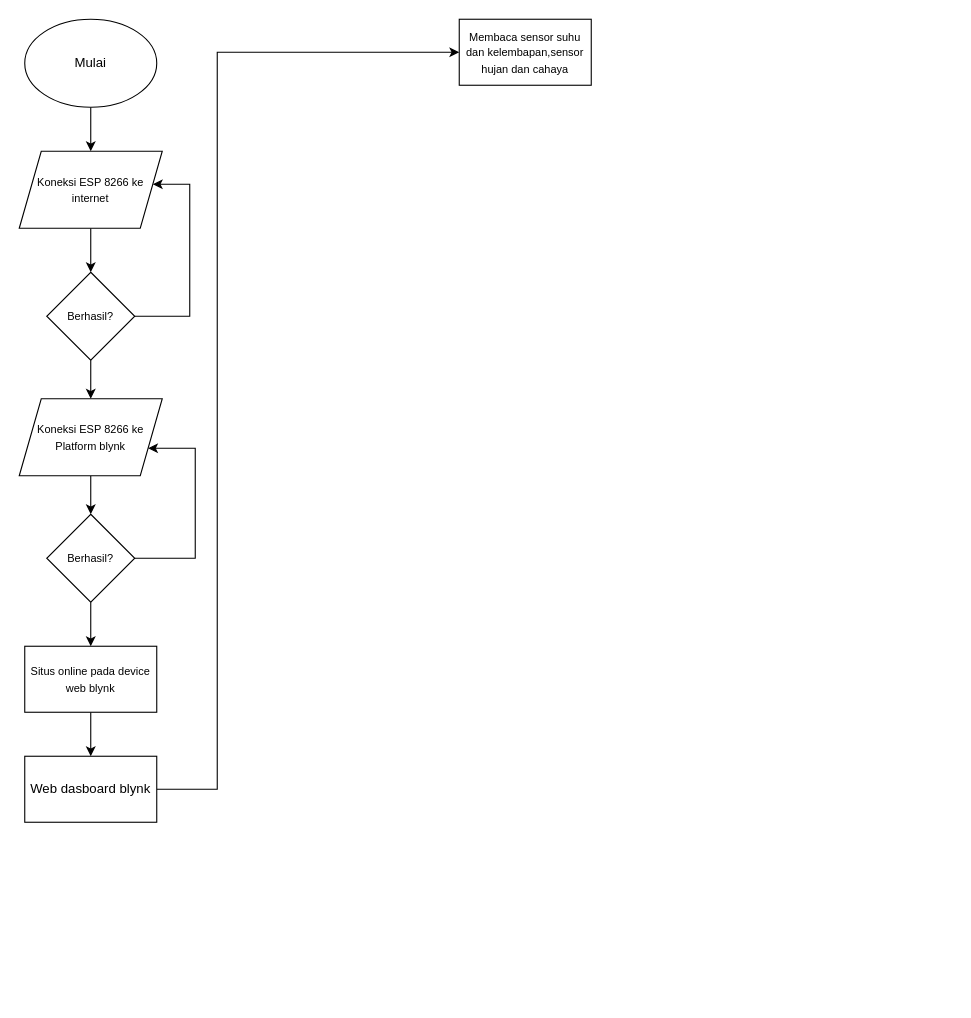
Before: Untitled Diagram.drawio in briannugroho/technical-project-Assignment-1, a draw.io diagram. Source tidied: cells renumbered, new cells numbered last; positions are measured from the earlier drawing's top-left corner, leaving out a move shared by most shapes. Both pictures are drawn from the tidied source at 110%, with x=0, y=0 at pixel (19, 19).
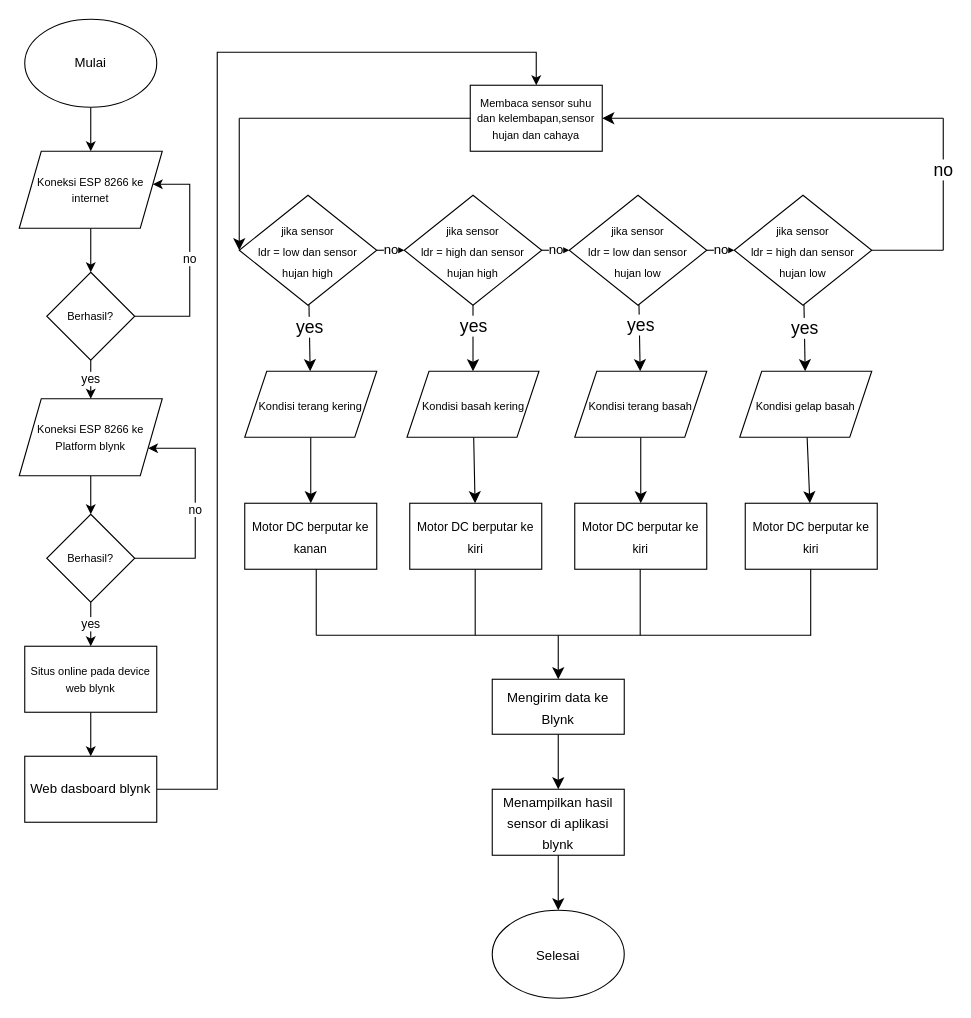
After the change.

The change refers to these unchanged cells:
```xml
<mxCell id="5" value="&lt;font style=&quot;font-size: 10px;&quot;&gt;Koneksi ESP 8266 ke internet&lt;/font&gt;" style="shape=parallelogram;perimeter=parallelogramPerimeter;whiteSpace=wrap;html=1;fixedSize=1;" parent="1" vertex="1">
  <mxGeometry y="120" width="130" height="70" as="geometry" />
</mxCell>
<mxCell id="8" value="&lt;font style=&quot;font-size: 10px;&quot;&gt;Berhasil?&lt;/font&gt;" style="rhombus;whiteSpace=wrap;html=1;" parent="1" vertex="1">
  <mxGeometry x="25" y="230" width="80" height="80" as="geometry" />
</mxCell>
<mxCell id="10" value="&lt;font style=&quot;font-size: 10px;&quot;&gt;Koneksi ESP 8266 ke Platform blynk&lt;/font&gt;" style="shape=parallelogram;perimeter=parallelogramPerimeter;whiteSpace=wrap;html=1;fixedSize=1;" parent="1" vertex="1">
  <mxGeometry y="345" width="130" height="70" as="geometry" />
</mxCell>
<mxCell id="13" value="&lt;font style=&quot;font-size: 10px;&quot;&gt;Berhasil?&lt;/font&gt;" style="rhombus;whiteSpace=wrap;html=1;" parent="1" vertex="1">
  <mxGeometry x="25" y="450" width="80" height="80" as="geometry" />
</mxCell>
<mxCell id="15" value="&lt;font style=&quot;font-size: 10px;&quot;&gt;Situs online pada device web blynk&lt;/font&gt;" style="whiteSpace=wrap;html=1;" parent="1" vertex="1">
  <mxGeometry x="5" y="570" width="120" height="60" as="geometry" />
</mxCell>
<mxCell id="17" value="Web dasboard blynk" style="whiteSpace=wrap;html=1;" parent="1" vertex="1">
  <mxGeometry x="5" y="670" width="120" height="60" as="geometry" />
</mxCell>
```

Change to the diagram source:
```diff
@@
-    <mxCell id="6" style="edgeStyle=orthogonalEdgeStyle;rounded=0;jettySize=auto;html=1;" parent="1" edge="1" source="8" target="5">
+    <mxCell id="6" value="no" style="edgeStyle=orthogonalEdgeStyle;rounded=0;jettySize=auto;html=1;" parent="1" edge="1" source="8" target="5">
       <mxGeometry relative="1" as="geometry">
         <Array as="points">
           <mxPoint x="155" y="270" />
           <mxPoint x="155" y="150" />
         </Array>
       </mxGeometry>
     </mxCell>
-    <mxCell id="7" style="edgeStyle=orthogonalEdgeStyle;rounded=0;jettySize=auto;html=1;" parent="1" edge="1" source="8" target="10">
+    <mxCell id="7" value="yes" style="edgeStyle=orthogonalEdgeStyle;rounded=0;jettySize=auto;html=1;" parent="1" edge="1" source="8" target="10">
       <mxGeometry relative="1" as="geometry" />
     </mxCell>
@@
-    <mxCell id="11" style="edgeStyle=orthogonalEdgeStyle;rounded=0;jettySize=auto;html=1;" parent="1" edge="1" source="13" target="10">
+    <mxCell id="11" value="no" style="edgeStyle=orthogonalEdgeStyle;rounded=0;jettySize=auto;html=1;" parent="1" edge="1" source="13" target="10">
       <mxGeometry relative="1" as="geometry">
         <Array as="points">
           <mxPoint x="160" y="490" />
           <mxPoint x="160" y="390" />
         </Array>
       </mxGeometry>
     </mxCell>
-    <mxCell id="12" style="edgeStyle=orthogonalEdgeStyle;rounded=0;jettySize=auto;html=1;" parent="1" edge="1" source="13" target="15">
+    <mxCell id="12" value="yes" style="edgeStyle=orthogonalEdgeStyle;rounded=0;jettySize=auto;html=1;" parent="1" edge="1" source="13" target="15">
       <mxGeometry relative="1" as="geometry" />
     </mxCell>
@@
-    <mxCell id="16" style="edgeStyle=orthogonalEdgeStyle;rounded=0;jettySize=auto;html=1;" parent="1" edge="1" source="17">
+    <mxCell id="16" style="edgeStyle=orthogonalEdgeStyle;rounded=0;jettySize=auto;html=1;" parent="1" edge="1" source="17" target="18">
       <mxGeometry relative="1" as="geometry">
-        <mxPoint x="400" y="30" as="targetPoint" />
         <Array as="points">
           <mxPoint x="180" y="700" />
           <mxPoint x="180" y="30" />
+          <mxPoint x="470" y="30" />
         </Array>
       </mxGeometry>
     </mxCell>
@@
     <mxCell id="18" value="&lt;font style=&quot;font-size: 10px;&quot;&gt;Membaca sensor suhu dan kelembapan,sensor hujan dan cahaya&lt;/font&gt;" style="rounded=0;whiteSpace=wrap;html=1;" parent="1" vertex="1">
-      <mxGeometry x="400" width="120" height="60" as="geometry" />
+      <mxGeometry x="410" y="60" width="120" height="60" as="geometry" />
     </mxCell>
+    <mxCell id="19" value="no" style="edgeStyle=none;curved=1;rounded=0;jettySize=auto;html=1;fontSize=12;startSize=8;endSize=8;" parent="1" edge="1" source="22" target="26">
+      <mxGeometry relative="1" as="geometry" />
+    </mxCell>
+    <mxCell id="20" style="edgeStyle=none;curved=1;rounded=0;jettySize=auto;html=1;fontSize=12;startSize=8;endSize=8;" parent="1" edge="1" source="22" target="41">
+      <mxGeometry relative="1" as="geometry" />
+    </mxCell>
+    <mxCell id="21" value="yes" style="edgeLabel;html=1;align=center;verticalAlign=middle;fontSize=16;" parent="20" vertex="1">
+      <mxGeometry x="-0.35" relative="1" as="geometry" />
+    </mxCell>
+    <mxCell id="22" value="&lt;font style=&quot;font-size: 10px;&quot;&gt;jika sensor &lt;br&gt;ldr = low dan sensor&lt;br&gt;hujan high&lt;/font&gt;" style="rhombus;whiteSpace=wrap;html=1;rounded=0;fontSize=16;" parent="1" vertex="1">
+      <mxGeometry x="200" y="160" width="125" height="100" as="geometry" />
+    </mxCell>
+    <mxCell id="23" value="no" style="edgeStyle=none;curved=1;rounded=0;jettySize=auto;html=1;fontSize=12;startSize=8;endSize=8;" parent="1" edge="1" source="26" target="30">
+      <mxGeometry relative="1" as="geometry" />
+    </mxCell>
+    <mxCell id="24" style="edgeStyle=none;curved=1;rounded=0;jettySize=auto;html=1;fontSize=12;startSize=8;endSize=8;" parent="1" edge="1" source="26" target="43">
+      <mxGeometry relative="1" as="geometry" />
+    </mxCell>
+    <mxCell id="25" value="yes" style="edgeLabel;html=1;align=center;verticalAlign=middle;fontSize=16;" parent="24" vertex="1">
+      <mxGeometry x="-0.39" relative="1" as="geometry" />
+    </mxCell>
+    <mxCell id="26" value="&lt;font style=&quot;font-size: 10px;&quot;&gt;jika sensor &lt;br&gt;ldr = high dan sensor&lt;br&gt;hujan high&lt;/font&gt;" style="rhombus;whiteSpace=wrap;html=1;rounded=0;fontSize=16;" parent="1" vertex="1">
+      <mxGeometry x="350" y="160" width="125" height="100" as="geometry" />
+    </mxCell>
+    <mxCell id="27" value="no" style="edgeStyle=none;curved=1;rounded=0;jettySize=auto;html=1;fontSize=12;startSize=8;endSize=8;" parent="1" edge="1" source="30" target="33">
+      <mxGeometry relative="1" as="geometry" />
+    </mxCell>
+    <mxCell id="28" style="edgeStyle=none;curved=1;rounded=0;jettySize=auto;html=1;fontSize=12;startSize=8;endSize=8;" parent="1" edge="1" source="30" target="45">
+      <mxGeometry relative="1" as="geometry" />
+    </mxCell>
+    <mxCell id="29" value="yes" style="edgeLabel;html=1;align=center;verticalAlign=middle;fontSize=16;" parent="28" vertex="1">
+      <mxGeometry x="-0.42" y="1" relative="1" as="geometry" />
+    </mxCell>
+    <mxCell id="30" value="&lt;font style=&quot;font-size: 10px;&quot;&gt;jika sensor &lt;br&gt;ldr = low dan sensor&lt;br&gt;hujan low&lt;/font&gt;" style="rhombus;whiteSpace=wrap;html=1;rounded=0;fontSize=16;" parent="1" vertex="1">
+      <mxGeometry x="500" y="160" width="125" height="100" as="geometry" />
+    </mxCell>
+    <mxCell id="31" style="edgeStyle=none;curved=1;rounded=0;jettySize=auto;html=1;fontSize=12;startSize=8;endSize=8;" parent="1" edge="1" source="33" target="47">
+      <mxGeometry relative="1" as="geometry" />
+    </mxCell>
+    <mxCell id="32" value="yes" style="edgeLabel;html=1;align=center;verticalAlign=middle;fontSize=16;" parent="31" vertex="1">
+      <mxGeometry x="-0.3" relative="1" as="geometry" />
+    </mxCell>
+    <mxCell id="33" value="&lt;font style=&quot;font-size: 10px;&quot;&gt;jika sensor &lt;br&gt;ldr = high dan sensor&lt;br&gt;hujan low&lt;/font&gt;" style="rhombus;whiteSpace=wrap;html=1;rounded=0;fontSize=16;" parent="1" vertex="1">
+      <mxGeometry x="650" y="160" width="125" height="100" as="geometry" />
+    </mxCell>
+    <mxCell id="34" style="endArrow=classic;html=1;rounded=0;fontSize=12;startSize=8;endSize=8;curved=1;" parent="1" edge="1">
+      <mxGeometry relative="1" as="geometry">
+        <mxPoint x="200" y="90" as="sourcePoint" />
+        <mxPoint x="200" y="210" as="targetPoint" />
+      </mxGeometry>
+    </mxCell>
+    <mxCell id="35" style="endArrow=none;html=1;rounded=0;fontSize=12;startSize=8;endSize=8;curved=1;entryX=0;entryY=0.5;entryDx=0;entryDy=0;" parent="1" edge="1" target="18">
+      <mxGeometry relative="1" as="geometry">
+        <mxPoint x="200" y="90" as="sourcePoint" />
+      </mxGeometry>
+    </mxCell>
+    <mxCell id="36" style="endArrow=none;html=1;rounded=0;fontSize=12;startSize=8;endSize=8;curved=1;" parent="1" edge="1">
+      <mxGeometry relative="1" as="geometry">
+        <mxPoint x="775" y="210" as="sourcePoint" />
+        <mxPoint x="840" y="210" as="targetPoint" />
+      </mxGeometry>
+    </mxCell>
+    <mxCell id="37" style="endArrow=none;html=1;rounded=0;fontSize=12;startSize=8;endSize=8;curved=1;" parent="1" edge="1">
+      <mxGeometry relative="1" as="geometry">
+        <mxPoint x="840" y="210" as="sourcePoint" />
+        <mxPoint x="840" y="90" as="targetPoint" />
+      </mxGeometry>
+    </mxCell>
+    <mxCell id="38" value="no" style="edgeLabel;html=1;align=center;verticalAlign=middle;fontSize=16;" parent="37" vertex="1">
+      <mxGeometry x="0.24" y="1" relative="1" as="geometry" />
+    </mxCell>
+    <mxCell id="39" style="endArrow=classic;html=1;rounded=0;fontSize=12;startSize=8;endSize=8;curved=1;" parent="1" edge="1">
+      <mxGeometry relative="1" as="geometry">
+        <mxPoint x="840" y="90" as="sourcePoint" />
+        <mxPoint x="530" y="90" as="targetPoint" />
+      </mxGeometry>
+    </mxCell>
+    <mxCell id="40" style="edgeStyle=none;curved=1;rounded=0;jettySize=auto;html=1;fontSize=12;startSize=8;endSize=8;" parent="1" edge="1" source="41" target="48">
+      <mxGeometry relative="1" as="geometry" />
+    </mxCell>
+    <mxCell id="41" value="&lt;font style=&quot;font-size: 10px;&quot;&gt;Kondisi terang kering&lt;/font&gt;" style="shape=parallelogram;perimeter=parallelogramPerimeter;whiteSpace=wrap;html=1;fixedSize=1;fontSize=16;rounded=0;" parent="1" vertex="1">
+      <mxGeometry x="205" y="320" width="120" height="60" as="geometry" />
+    </mxCell>
+    <mxCell id="42" style="edgeStyle=none;curved=1;rounded=0;jettySize=auto;html=1;fontSize=12;startSize=8;endSize=8;" parent="1" edge="1" source="43" target="49">
+      <mxGeometry relative="1" as="geometry" />
+    </mxCell>
+    <mxCell id="43" value="&lt;span style=&quot;color: rgb(0, 0, 0); font-family: Helvetica; font-size: 10px; font-style: normal; font-variant-ligatures: normal; font-variant-caps: normal; font-weight: 400; letter-spacing: normal; orphans: 2; text-align: center; text-indent: 0px; text-transform: none; widows: 2; word-spacing: 0px; -webkit-text-stroke-width: 0px; background-color: rgb(251, 251, 251); text-decoration-thickness: initial; text-decoration-style: initial; text-decoration-color: initial; float: none; display: inline !important;&quot;&gt;Kondisi basah kering&lt;/span&gt;" style="shape=parallelogram;perimeter=parallelogramPerimeter;whiteSpace=wrap;html=1;fixedSize=1;fontSize=16;rounded=0;" parent="1" vertex="1">
+      <mxGeometry x="352.5" y="320" width="120" height="60" as="geometry" />
+    </mxCell>
+    <mxCell id="44" style="edgeStyle=none;curved=1;rounded=0;jettySize=auto;html=1;fontSize=12;startSize=8;endSize=8;" parent="1" edge="1" source="45" target="50">
+      <mxGeometry relative="1" as="geometry" />
+    </mxCell>
+    <mxCell id="45" value="&lt;span style=&quot;color: rgb(0, 0, 0); font-family: Helvetica; font-size: 10px; font-style: normal; font-variant-ligatures: normal; font-variant-caps: normal; font-weight: 400; letter-spacing: normal; orphans: 2; text-align: center; text-indent: 0px; text-transform: none; widows: 2; word-spacing: 0px; -webkit-text-stroke-width: 0px; background-color: rgb(251, 251, 251); text-decoration-thickness: initial; text-decoration-style: initial; text-decoration-color: initial; float: none; display: inline !important;&quot;&gt;Kondisi terang basah&lt;/span&gt;" style="shape=parallelogram;perimeter=parallelogramPerimeter;whiteSpace=wrap;html=1;fixedSize=1;fontSize=16;rounded=0;" parent="1" vertex="1">
+      <mxGeometry x="505" y="320" width="120" height="60" as="geometry" />
+    </mxCell>
+    <mxCell id="46" style="edgeStyle=none;curved=1;rounded=0;jettySize=auto;html=1;fontSize=12;startSize=8;endSize=8;" parent="1" edge="1" source="47" target="51">
+      <mxGeometry relative="1" as="geometry" />
+    </mxCell>
+    <mxCell id="47" value="&lt;span style=&quot;color: rgb(0, 0, 0); font-family: Helvetica; font-size: 10px; font-style: normal; font-variant-ligatures: normal; font-variant-caps: normal; font-weight: 400; letter-spacing: normal; orphans: 2; text-align: center; text-indent: 0px; text-transform: none; widows: 2; word-spacing: 0px; -webkit-text-stroke-width: 0px; background-color: rgb(251, 251, 251); text-decoration-thickness: initial; text-decoration-style: initial; text-decoration-color: initial; float: none; display: inline !important;&quot;&gt;Kondisi gelap basah&lt;/span&gt;" style="shape=parallelogram;perimeter=parallelogramPerimeter;whiteSpace=wrap;html=1;fixedSize=1;fontSize=16;rounded=0;" parent="1" vertex="1">
+      <mxGeometry x="655" y="320" width="120" height="60" as="geometry" />
+    </mxCell>
+    <mxCell id="48" value="&lt;font style=&quot;font-size: 11px;&quot;&gt;Motor DC berputar ke kanan&lt;/font&gt;" style="whiteSpace=wrap;html=1;fontSize=16;rounded=0;" parent="1" vertex="1">
+      <mxGeometry x="205" y="440" width="120" height="60" as="geometry" />
+    </mxCell>
+    <mxCell id="49" value="&lt;font style=&quot;font-size: 11px;&quot;&gt;Motor DC berputar ke kiri&lt;/font&gt;" style="whiteSpace=wrap;html=1;fontSize=16;rounded=0;" parent="1" vertex="1">
+      <mxGeometry x="355" y="440" width="120" height="60" as="geometry" />
+    </mxCell>
+    <mxCell id="50" value="&lt;font style=&quot;font-size: 11px;&quot;&gt;Motor DC berputar ke kiri&lt;/font&gt;" style="whiteSpace=wrap;html=1;fontSize=16;rounded=0;" parent="1" vertex="1">
+      <mxGeometry x="505" y="440" width="120" height="60" as="geometry" />
+    </mxCell>
+    <mxCell id="51" value="&lt;font style=&quot;font-size: 11px;&quot;&gt;Motor DC berputar ke kiri&lt;/font&gt;" style="whiteSpace=wrap;html=1;fontSize=16;rounded=0;" parent="1" vertex="1">
+      <mxGeometry x="660" y="440" width="120" height="60" as="geometry" />
+    </mxCell>
+    <mxCell id="52" style="endArrow=none;html=1;rounded=0;fontSize=12;startSize=8;endSize=8;curved=1;" parent="1" edge="1">
+      <mxGeometry relative="1" as="geometry">
+        <mxPoint x="270" y="560" as="sourcePoint" />
+        <mxPoint x="720" y="560" as="targetPoint" />
+      </mxGeometry>
+    </mxCell>
+    <mxCell id="53" style="endArrow=none;html=1;rounded=0;fontSize=12;startSize=8;endSize=8;curved=1;" parent="1" edge="1">
+      <mxGeometry relative="1" as="geometry">
+        <mxPoint x="270" y="560" as="sourcePoint" />
+        <mxPoint x="270" y="500" as="targetPoint" />
+      </mxGeometry>
+    </mxCell>
+    <mxCell id="54" style="endArrow=none;html=1;rounded=0;fontSize=12;startSize=8;endSize=8;curved=1;" parent="1" edge="1">
+      <mxGeometry relative="1" as="geometry">
+        <mxPoint x="414.5" y="560" as="sourcePoint" />
+        <mxPoint x="414.5" y="500" as="targetPoint" />
+      </mxGeometry>
+    </mxCell>
+    <mxCell id="55" style="endArrow=none;html=1;rounded=0;fontSize=12;startSize=8;endSize=8;curved=1;" parent="1" edge="1">
+      <mxGeometry relative="1" as="geometry">
+        <mxPoint x="564.5" y="560" as="sourcePoint" />
+        <mxPoint x="564.5" y="500" as="targetPoint" />
+      </mxGeometry>
+    </mxCell>
+    <mxCell id="56" style="endArrow=none;html=1;rounded=0;fontSize=12;startSize=8;endSize=8;curved=1;" parent="1" edge="1">
+      <mxGeometry relative="1" as="geometry">
+        <mxPoint x="719.5" y="560" as="sourcePoint" />
+        <mxPoint x="719.5" y="500" as="targetPoint" />
+      </mxGeometry>
+    </mxCell>
+    <mxCell id="57" style="endArrow=classic;html=1;rounded=0;fontSize=12;startSize=8;endSize=8;curved=1;" parent="1" edge="1">
+      <mxGeometry relative="1" as="geometry">
+        <mxPoint x="490" y="560" as="sourcePoint" />
+        <mxPoint x="490" y="600" as="targetPoint" />
+      </mxGeometry>
+    </mxCell>
+    <mxCell id="58" style="edgeStyle=none;curved=1;rounded=0;jettySize=auto;html=1;fontSize=12;startSize=8;endSize=8;" parent="1" edge="1" source="59" target="61">
+      <mxGeometry relative="1" as="geometry" />
+    </mxCell>
+    <mxCell id="59" value="&lt;font style=&quot;font-size: 12px;&quot;&gt;Mengirim data ke Blynk&lt;/font&gt;" style="rounded=0;whiteSpace=wrap;html=1;fontSize=16;" parent="1" vertex="1">
+      <mxGeometry x="430" y="600" width="120" height="50" as="geometry" />
+    </mxCell>
+    <mxCell id="60" style="edgeStyle=none;curved=1;rounded=0;jettySize=auto;html=1;fontSize=12;startSize=8;endSize=8;" parent="1" edge="1" source="61" target="62">
+      <mxGeometry relative="1" as="geometry" />
+    </mxCell>
+    <mxCell id="61" value="&lt;font style=&quot;font-size: 12px;&quot;&gt;Menampilkan hasil sensor di aplikasi blynk&lt;/font&gt;" style="whiteSpace=wrap;html=1;fontSize=16;rounded=0;" parent="1" vertex="1">
+      <mxGeometry x="430" y="700" width="120" height="60" as="geometry" />
+    </mxCell>
+    <mxCell id="62" value="&lt;font style=&quot;font-size: 12px;&quot;&gt;Selesai&lt;/font&gt;" style="ellipse;whiteSpace=wrap;html=1;fontSize=16;" parent="1" vertex="1">
+      <mxGeometry x="430" y="810" width="120" height="80" as="geometry" />
+    </mxCell>
```
